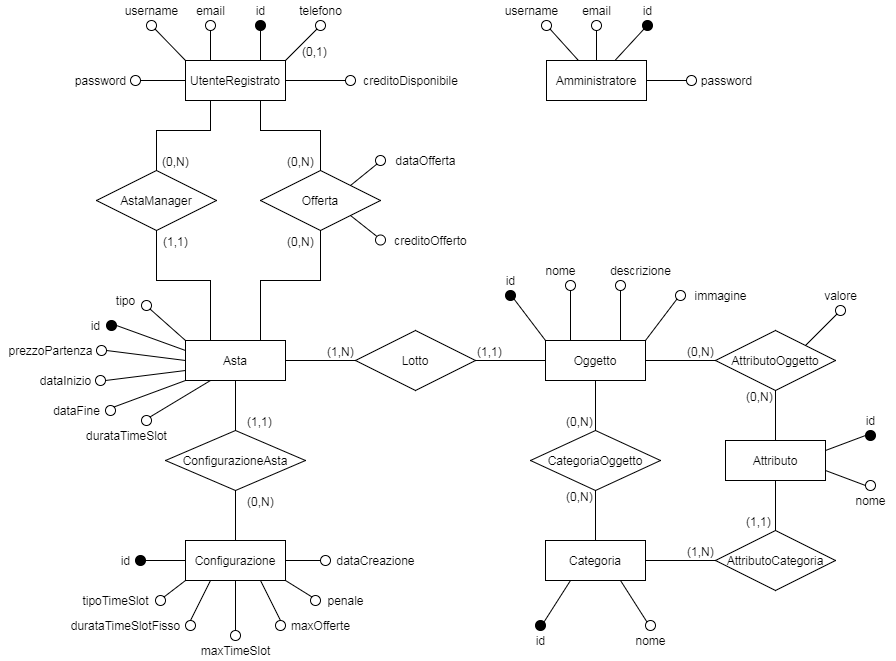
This is Documentazione/Progettazione/Database/Restructured ER Diagram/Restructured ER Diagram.png from UnimibSoftEngCourse1920/progetto-aste-2-gruppo-aste-2, a draw.io export, as it was before one commit. Source tidied: cells renumbered, new cells last; positions are measured from the earlier drawing's top-left corner, leaving out a move shared by most shapes.
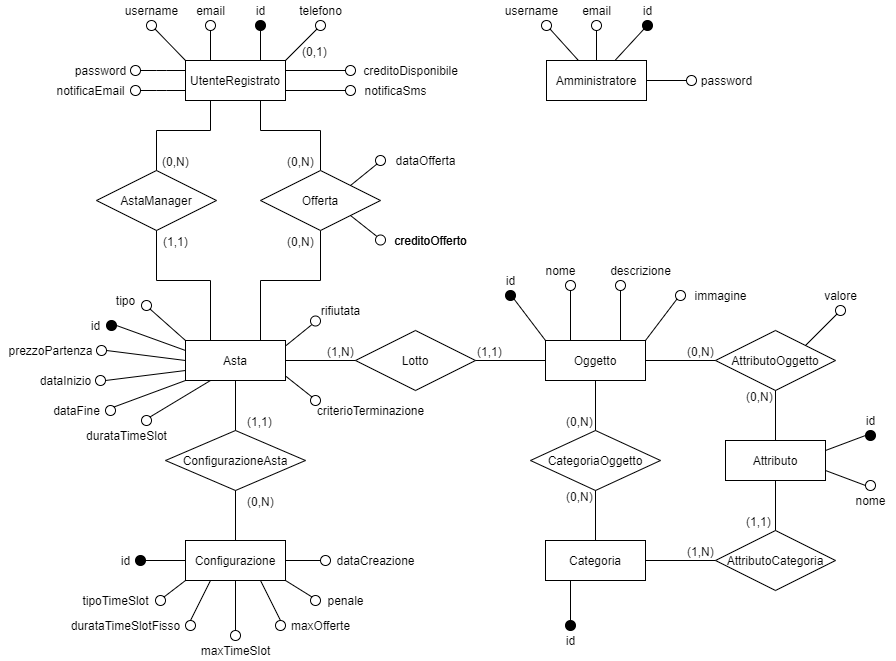
The same diagram one commit later.

Change to the diagram source:
```diff
@@ -59,13 +59,15 @@
       </mxGeometry>
     </mxCell>
     <mxCell id="20" value="creditoDisponibile" style="text;html=1;align=center;verticalAlign=middle;" parent="1" vertex="1">
-      <mxGeometry x="355" y="70" width="110" height="20" as="geometry" />
+      <mxGeometry x="355" y="60" width="110" height="20" as="geometry" />
     </mxCell>
     <mxCell id="21" style="ellipse;whiteSpace=wrap;html=1;align=center;" parent="1" vertex="1">
-      <mxGeometry x="345" y="75" width="10" height="10" as="geometry" />
+      <mxGeometry x="345" y="65" width="10" height="10" as="geometry" />
     </mxCell>
-    <mxCell id="22" style="endArrow=none;html=1;labelBackgroundColor=#000000;fillColor=#000000;exitX=1;exitY=0.5;exitDx=0;exitDy=0;entryX=0;entryY=0.5;entryDx=0;entryDy=0;" parent="1" edge="1" source="2" target="21">
-      <mxGeometry relative="1" as="geometry" />
+    <mxCell id="22" style="endArrow=none;html=1;labelBackgroundColor=#000000;fillColor=#000000;exitX=1;exitY=0.5;exitDx=0;exitDy=0;entryX=0;entryY=0.5;entryDx=0;entryDy=0;" parent="1" edge="1" target="21">
+      <mxGeometry relative="1" as="geometry">
+        <mxPoint x="285" y="70" as="sourcePoint" />
+      </mxGeometry>
     </mxCell>
     <mxCell id="23" style="endArrow=none;html=1;rounded=0;labelBackgroundColor=#000000;fillColor=#000000;entryX=0;entryY=0.5;entryDx=0;entryDy=0;exitX=1;exitY=0.5;exitDx=0;exitDy=0;" parent="1" edge="1" source="3" target="6">
       <mxGeometry relative="1" as="geometry" />
@@ -309,10 +311,10 @@
       <mxGeometry relative="1" as="geometry" />
     </mxCell>
     <mxCell id="90" value="id" style="text;html=1;align=center;verticalAlign=middle;" parent="1" vertex="1">
-      <mxGeometry x="530" y="630" width="20" height="20" as="geometry" />
+      <mxGeometry x="560" y="630" width="20" height="20" as="geometry" />
     </mxCell>
     <mxCell id="91" style="ellipse;whiteSpace=wrap;html=1;align=center;fillColor=#000000;" parent="1" vertex="1">
-      <mxGeometry x="535" y="620" width="10" height="10" as="geometry" />
+      <mxGeometry x="565" y="620" width="10" height="10" as="geometry" />
     </mxCell>
     <mxCell id="92" value="immagine" style="text;html=1;align=center;verticalAlign=middle;" parent="1" vertex="1">
       <mxGeometry x="685" y="285" width="70" height="20" as="geometry" />
@@ -320,8 +322,10 @@
     <mxCell id="93" style="ellipse;whiteSpace=wrap;html=1;align=center;" parent="1" vertex="1">
       <mxGeometry x="675" y="290" width="10" height="10" as="geometry" />
     </mxCell>
-    <mxCell id="94" style="endArrow=none;html=1;rounded=0;labelBackgroundColor=#000000;fillColor=#000000;entryX=0.25;entryY=1;entryDx=0;entryDy=0;exitX=1;exitY=0;exitDx=0;exitDy=0;" parent="1" edge="1" source="91" target="75">
-      <mxGeometry relative="1" as="geometry" />
+    <mxCell id="94" style="endArrow=none;html=1;rounded=0;labelBackgroundColor=#000000;fillColor=#000000;entryX=0.25;entryY=1;entryDx=0;entryDy=0;" parent="1" edge="1" target="75">
+      <mxGeometry relative="1" as="geometry">
+        <mxPoint x="570" y="621" as="sourcePoint" />
+      </mxGeometry>
     </mxCell>
     <mxCell id="95" style="endArrow=none;html=1;rounded=0;labelBackgroundColor=#000000;fillColor=#000000;exitX=0;exitY=1;exitDx=0;exitDy=0;entryX=1;entryY=0;entryDx=0;entryDy=0;" parent="1" edge="1" source="93" target="74">
       <mxGeometry relative="1" as="geometry" />
@@ -382,15 +386,6 @@
     <mxCell id="111" style="endArrow=none;html=1;rounded=0;labelBackgroundColor=#000000;fillColor=#000000;exitX=0;exitY=1;exitDx=0;exitDy=0;entryX=1;entryY=0;entryDx=0;entryDy=0;" parent="1" edge="1" source="110" target="96">
       <mxGeometry relative="1" as="geometry" />
     </mxCell>
-    <mxCell id="112" value="nome" style="text;html=1;align=center;verticalAlign=middle;" parent="1" vertex="1">
-      <mxGeometry x="625" y="630" width="50" height="20" as="geometry" />
-    </mxCell>
-    <mxCell id="113" style="ellipse;whiteSpace=wrap;html=1;align=center;" parent="1" vertex="1">
-      <mxGeometry x="645" y="620" width="10" height="10" as="geometry" />
-    </mxCell>
-    <mxCell id="114" style="endArrow=none;html=1;rounded=0;labelBackgroundColor=#000000;fillColor=#000000;entryX=0.75;entryY=1;entryDx=0;entryDy=0;exitX=0;exitY=0;exitDx=0;exitDy=0;" parent="1" edge="1" source="113" target="75">
-      <mxGeometry relative="1" as="geometry" />
-    </mxCell>
     <mxCell id="115" value="nome" style="text;html=1;align=center;verticalAlign=middle;" parent="1" vertex="1">
       <mxGeometry x="845" y="490" width="50" height="20" as="geometry" />
     </mxCell>
@@ -403,14 +398,19 @@
     <mxCell id="118" style="ellipse;whiteSpace=wrap;html=1;align=center;fillColor=#000000;" parent="1" vertex="1">
       <mxGeometry x="865" y="430" width="10" height="10" as="geometry" />
     </mxCell>
-    <mxCell id="119" style="endArrow=none;html=1;labelBackgroundColor=#000000;fillColor=#000000;exitX=0;exitY=0.5;exitDx=0;exitDy=0;entryX=1;entryY=0.5;entryDx=0;entryDy=0;" parent="1" edge="1" source="2" target="121">
-      <mxGeometry relative="1" as="geometry" />
+    <mxCell id="119" style="endArrow=none;html=1;labelBackgroundColor=#000000;fillColor=#000000;exitX=0;exitY=0.5;exitDx=0;exitDy=0;entryX=1;entryY=0.5;entryDx=0;entryDy=0;" parent="1" edge="1" target="121">
+      <mxGeometry relative="1" as="geometry">
+        <mxPoint x="185" y="70" as="sourcePoint" />
+        <Array as="points">
+          <mxPoint x="166" y="70" />
+        </Array>
+      </mxGeometry>
     </mxCell>
     <mxCell id="120" value="password" style="text;html=1;align=center;verticalAlign=middle;" parent="1" vertex="1">
-      <mxGeometry x="65" y="70" width="70" height="20" as="geometry" />
+      <mxGeometry x="65" y="60" width="70" height="20" as="geometry" />
     </mxCell>
     <mxCell id="121" style="ellipse;whiteSpace=wrap;html=1;align=center;" parent="1" vertex="1">
-      <mxGeometry x="130" y="75" width="10" height="10" as="geometry" />
+      <mxGeometry x="130" y="65" width="10" height="10" as="geometry" />
     </mxCell>
     <mxCell id="122" value="password" style="text;html=1;align=center;verticalAlign=middle;" parent="1" vertex="1">
       <mxGeometry x="691" y="70" width="70" height="20" as="geometry" />
@@ -487,5 +487,55 @@
     <mxCell id="146" style="endArrow=none;html=1;rounded=0;labelBackgroundColor=#000000;fillColor=#000000;exitX=0.5;exitY=1;exitDx=0;exitDy=0;entryX=0.5;entryY=0;entryDx=0;entryDy=0;" parent="1" edge="1" source="125" target="145">
       <mxGeometry relative="1" as="geometry" />
     </mxCell>
+    <mxCell id="147" value="notificaEmail" style="text;html=1;align=center;verticalAlign=middle;" parent="1" vertex="1">
+      <mxGeometry x="50" y="80" width="80" height="20" as="geometry" />
+    </mxCell>
+    <mxCell id="148" style="ellipse;whiteSpace=wrap;html=1;align=center;" parent="1" vertex="1">
+      <mxGeometry x="130" y="85" width="10" height="10" as="geometry" />
+    </mxCell>
+    <mxCell id="149" style="endArrow=none;html=1;labelBackgroundColor=#000000;fillColor=#000000;exitX=0;exitY=0.5;exitDx=0;exitDy=0;entryX=1;entryY=0.5;entryDx=0;entryDy=0;" parent="1" edge="1" target="148">
+      <mxGeometry relative="1" as="geometry">
+        <mxPoint x="185" y="90" as="sourcePoint" />
+        <Array as="points">
+          <mxPoint x="166" y="90" />
+        </Array>
+      </mxGeometry>
+    </mxCell>
+    <mxCell id="150" style="endArrow=none;html=1;labelBackgroundColor=#000000;fillColor=#000000;exitX=1;exitY=0.5;exitDx=0;exitDy=0;entryX=0;entryY=0.5;entryDx=0;entryDy=0;" parent="1" edge="1" target="151">
+      <mxGeometry relative="1" as="geometry">
+        <mxPoint x="285" y="90" as="sourcePoint" />
+      </mxGeometry>
+    </mxCell>
+    <mxCell id="151" style="ellipse;whiteSpace=wrap;html=1;align=center;" parent="1" vertex="1">
+      <mxGeometry x="345" y="85" width="10" height="10" as="geometry" />
+    </mxCell>
+    <mxCell id="152" value="notificaSms" style="text;html=1;align=center;verticalAlign=middle;" parent="1" vertex="1">
+      <mxGeometry x="355" y="80" width="80" height="20" as="geometry" />
+    </mxCell>
+    <mxCell id="153" value="creditoOfferto" style="text;html=1;align=center;verticalAlign=middle;" parent="1" vertex="1">
+      <mxGeometry x="385" y="229.5" width="90" height="20" as="geometry" />
+    </mxCell>
+    <mxCell id="154" value="criterioTerminazione" style="text;html=1;align=center;verticalAlign=middle;" parent="1" vertex="1">
+      <mxGeometry x="310" y="400" width="120" height="20" as="geometry" />
+    </mxCell>
+    <mxCell id="155" style="ellipse;whiteSpace=wrap;html=1;align=center;" parent="1" vertex="1">
+      <mxGeometry x="310" y="395" width="10" height="10" as="geometry" />
+    </mxCell>
+    <mxCell id="156" style="endArrow=none;html=1;labelBackgroundColor=#000000;fillColor=#000000;entryX=1;entryY=1;entryDx=0;entryDy=0;exitX=0;exitY=0;exitDx=0;exitDy=0;" parent="1" edge="1" source="155">
+      <mxGeometry relative="1" as="geometry">
+        <mxPoint x="285" y="375.5" as="targetPoint" />
+      </mxGeometry>
+    </mxCell>
+    <mxCell id="157" style="endArrow=none;html=1;rounded=0;labelBackgroundColor=#000000;fillColor=#000000;exitX=1;exitY=0;exitDx=0;exitDy=0;entryX=0;entryY=1;entryDx=0;entryDy=0;" parent="1" edge="1" target="158">
+      <mxGeometry relative="1" as="geometry">
+        <mxPoint x="285" y="345.5" as="sourcePoint" />
+      </mxGeometry>
+    </mxCell>
+    <mxCell id="158" style="ellipse;whiteSpace=wrap;html=1;align=center;fillColor=#FFFFFF;" parent="1" vertex="1">
+      <mxGeometry x="310" y="315.5" width="10" height="10" as="geometry" />
+    </mxCell>
+    <mxCell id="159" value="rifiutata" style="text;html=1;align=center;verticalAlign=middle;" parent="1" vertex="1">
+      <mxGeometry x="315" y="300" width="50" height="20" as="geometry" />
+    </mxCell>
   </root>
 </mxGraphModel>
```
